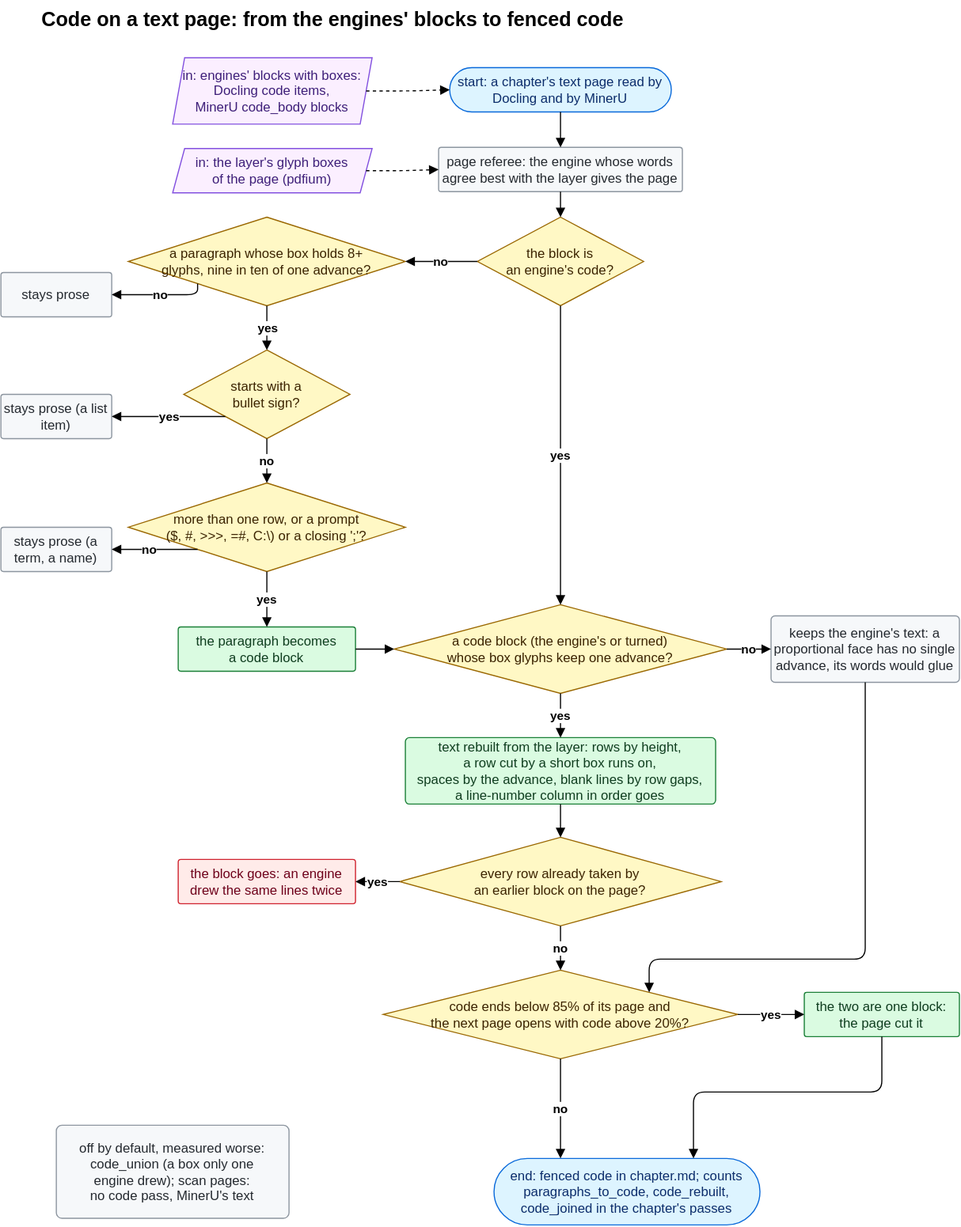
The draw.io diagram docs/diagrams/code.drawio.svg in rikitikitav1/ocr-lab, before a commit. Source tidied: cells renumbered, new cells last; positions are measured from the earlier drawing's top-left corner, leaving out a move shared by most shapes.
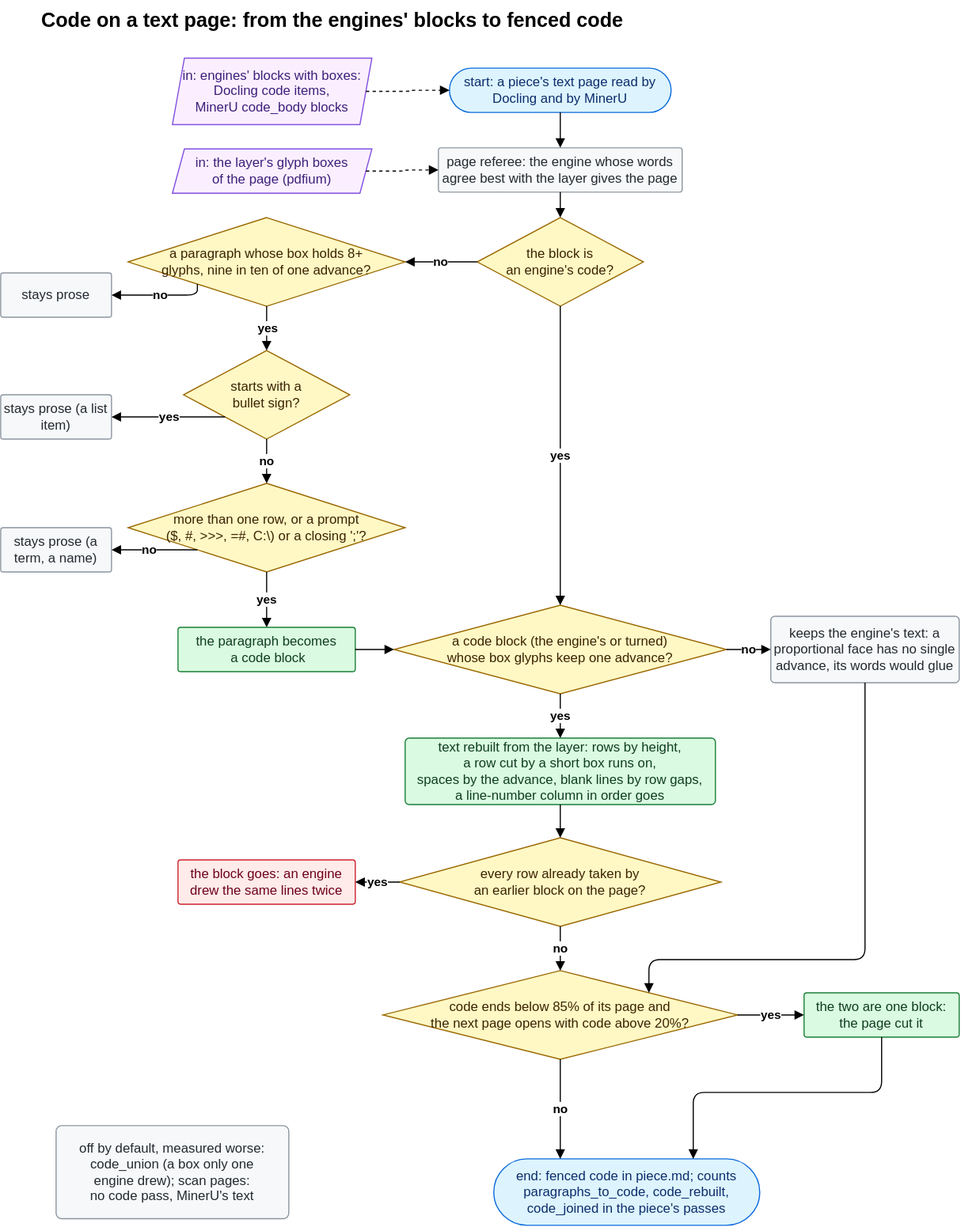
The same diagram one commit later.

Change to the diagram source:
```diff
@@ -5,7 +5,7 @@
     <mxCell id="2" value="Code on a text page: from the engines' blocks to fenced code" style="text;html=0;fontSize=18;fontStyle=1;align=left;" parent="1" vertex="1">
       <mxGeometry x="35" width="700" height="28" as="geometry" />
     </mxCell>
-    <mxCell id="3" value="start: a chapter&amp;#x27;s text page read by&lt;br&gt;Docling and by MinerU" style="html=1;whiteSpace=wrap;fontSize=12;fillColor=light-dark(#DDF4FF,#132339);strokeColor=light-dark(#0969DA,#4493F8);fontColor=light-dark(#0C2D6B,#C6E6FF);rounded=1;arcSize=50;" parent="1" vertex="1">
+    <mxCell id="3" value="start: a piece's text page read by&lt;br&gt;Docling and by MinerU" style="html=1;whiteSpace=wrap;fontSize=12;fillColor=light-dark(#DDF4FF,#132339);strokeColor=light-dark(#0969DA,#4493F8);fontColor=light-dark(#0C2D6B,#C6E6FF);rounded=1;arcSize=50;" parent="1" vertex="1">
       <mxGeometry x="405" y="61" width="200" height="40" as="geometry" />
     </mxCell>
     <mxCell id="4" value="in: engines&amp;#x27; blocks with boxes:&lt;br&gt;Docling code items,&lt;br&gt;MinerU code_body blocks" style="html=1;whiteSpace=wrap;fontSize=12;fillColor=light-dark(#FBEFFF,#221A33);strokeColor=light-dark(#8250DF,#A371F7);fontColor=light-dark(#3E1F79,#E2C5FF);shape=parallelogram;perimeter=parallelogramPerimeter;size=0.06;" parent="1" vertex="1">
@@ -62,7 +62,7 @@
     <mxCell id="21" value="the two are one block:&lt;br&gt;the page cut it" style="html=1;whiteSpace=wrap;fontSize=12;fillColor=light-dark(#DAFBE1,#12261E);strokeColor=light-dark(#1A7F37,#3FB950);fontColor=light-dark(#0F3D1F,#AFF5B4);rounded=1;arcSize=6;" parent="1" vertex="1">
       <mxGeometry x="725" y="896" width="140" height="40" as="geometry" />
     </mxCell>
-    <mxCell id="22" value="end: fenced code in chapter.md; counts&lt;br&gt;paragraphs_to_code, code_rebuilt,&lt;br&gt;code_joined in the chapter&amp;#x27;s passes" style="html=1;whiteSpace=wrap;fontSize=12;fillColor=light-dark(#DDF4FF,#132339);strokeColor=light-dark(#0969DA,#4493F8);fontColor=light-dark(#0C2D6B,#C6E6FF);rounded=1;arcSize=50;" parent="1" vertex="1">
+    <mxCell id="22" value="end: fenced code in piece.md; counts&lt;br&gt;paragraphs_to_code, code_rebuilt,&lt;br&gt;code_joined in the piece's passes" style="html=1;whiteSpace=wrap;fontSize=12;fillColor=light-dark(#DDF4FF,#132339);strokeColor=light-dark(#0969DA,#4493F8);fontColor=light-dark(#0C2D6B,#C6E6FF);rounded=1;arcSize=50;" parent="1" vertex="1">
       <mxGeometry x="445" y="1046" width="240" height="60" as="geometry" />
     </mxCell>
     <mxCell id="23" value="off by default, measured worse:&lt;br&gt;code_union (a box only one&lt;br&gt;engine drew); scan pages:&lt;br&gt;no code pass, MinerU&amp;#x27;s text" style="html=1;whiteSpace=wrap;fontSize=12;fillColor=light-dark(#F6F8FA,#161B22);strokeColor=light-dark(#8C959F,#6E7681);fontColor=light-dark(#24292F,#E6EDF3);rounded=1;arcSize=6;" parent="1" vertex="1">
```
